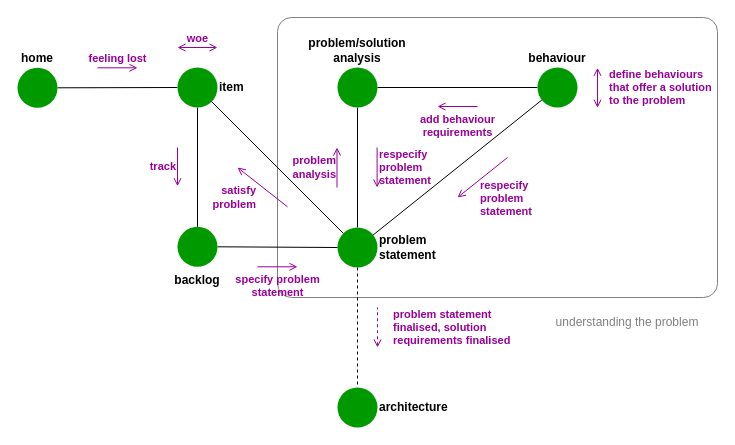
Above: docs/sphinx/static/img/problem-analysis-flow.drawio in lifespline/agile (draw.io), before the change. Source tidied: cells renumbered, new cells numbered last; positions are measured from the earlier drawing's top-left corner, leaving out a move shared by most shapes. Both pictures are drawn from the tidied source at 100%, with x=0, y=0 at pixel (17, 17).
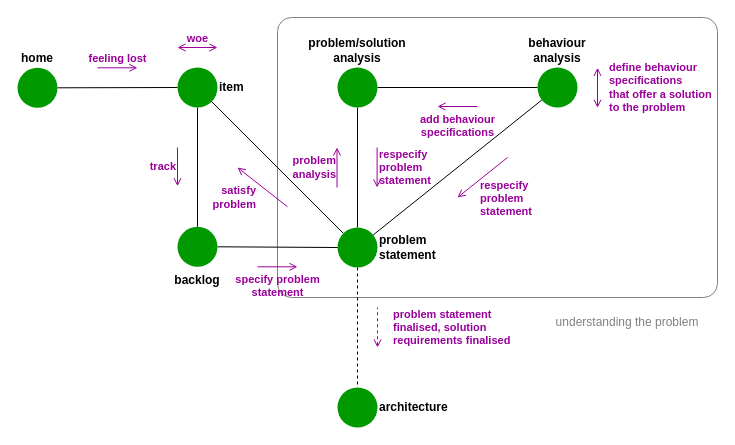
The same diagram, later.

Commit message (it also covers changes not shown here):
doc: specify behaviour analysis process

The edit, as a diff of the source:
```diff
@@
-    <mxCell id="14" value="&lt;b&gt;behaviour&lt;br&gt;&lt;/b&gt;" style="ellipse;whiteSpace=wrap;html=1;strokeColor=none;fillColor=#009900;verticalAlign=bottom;labelPosition=center;verticalLabelPosition=top;align=center;" parent="1" vertex="1">
+    <mxCell id="14" value="&lt;b&gt;behaviour&lt;br&gt;analysis&lt;br&gt;&lt;/b&gt;" style="ellipse;whiteSpace=wrap;html=1;strokeColor=none;fillColor=#009900;verticalAlign=bottom;labelPosition=center;verticalLabelPosition=top;align=center;" parent="1" vertex="1">
       <mxGeometry x="520" y="50" width="40" height="40" as="geometry" />
     </mxCell>
@@
-    <mxCell id="22" value="define behaviours&lt;br&gt;that offer a solution&lt;br&gt;to the problem" style="endArrow=open;html=1;endFill=0;verticalAlign=middle;labelBackgroundColor=none;fontColor=#990099;strokeColor=#990099;fontStyle=1;labelPosition=right;verticalLabelPosition=middle;align=left;startArrow=open;startFill=0;" parent="1" edge="1">
+    <mxCell id="22" value="define behaviour&lt;br&gt;specifications&lt;br&gt;that offer a solution&lt;br&gt;to the problem" style="endArrow=open;html=1;endFill=0;verticalAlign=middle;labelBackgroundColor=none;fontColor=#990099;strokeColor=#990099;fontStyle=1;labelPosition=right;verticalLabelPosition=middle;align=left;startArrow=open;startFill=0;" parent="1" edge="1">
       <mxGeometry y="10" relative="1" as="geometry">
         <mxPoint x="580" y="50.3" as="sourcePoint" />
         <mxPoint x="580" y="90.3" as="targetPoint" />
       </mxGeometry>
     </mxCell>
@@
-    <mxCell id="28" value="add behaviour&lt;br&gt;requirements" style="endArrow=none;html=1;endFill=0;verticalAlign=top;labelBackgroundColor=none;fontColor=#990099;strokeColor=#990099;startArrow=open;startFill=0;labelPosition=center;verticalLabelPosition=bottom;align=center;fontStyle=1;" parent="1" edge="1">
+    <mxCell id="28" value="add behaviour&lt;br&gt;specifications" style="endArrow=none;html=1;endFill=0;verticalAlign=top;labelBackgroundColor=none;fontColor=#990099;strokeColor=#990099;startArrow=open;startFill=0;labelPosition=center;verticalLabelPosition=bottom;align=center;fontStyle=1;" parent="1" edge="1">
       <mxGeometry relative="1" as="geometry">
         <mxPoint x="420" y="89" as="sourcePoint" />
         <mxPoint x="460" y="89" as="targetPoint" />
       </mxGeometry>
     </mxCell>
```
